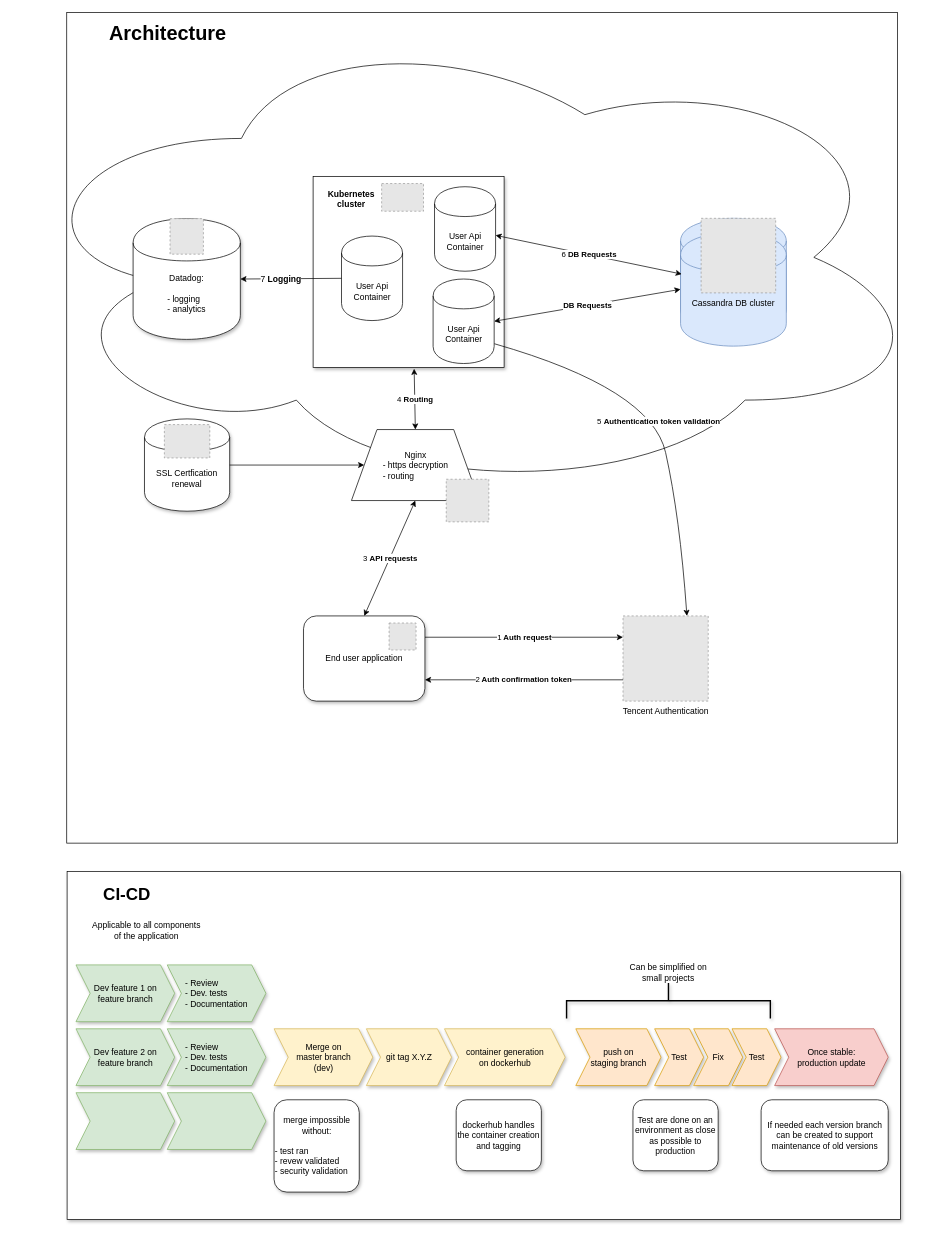
Earlier version of the draw.io diagram ressources/Wiredcraft backend test architecture.drawio (Wiredcraft/test-backend). Source tidied: cells renumbered, new cells numbered last; positions are measured from the earlier drawing's top-left corner, leaving out a move shared by most shapes. Both pictures are drawn from the tidied source at 71%, with x=0, y=0 at pixel (12, 12). Pictures stored in the file or linked from it are replaced by grey dashed boxes.
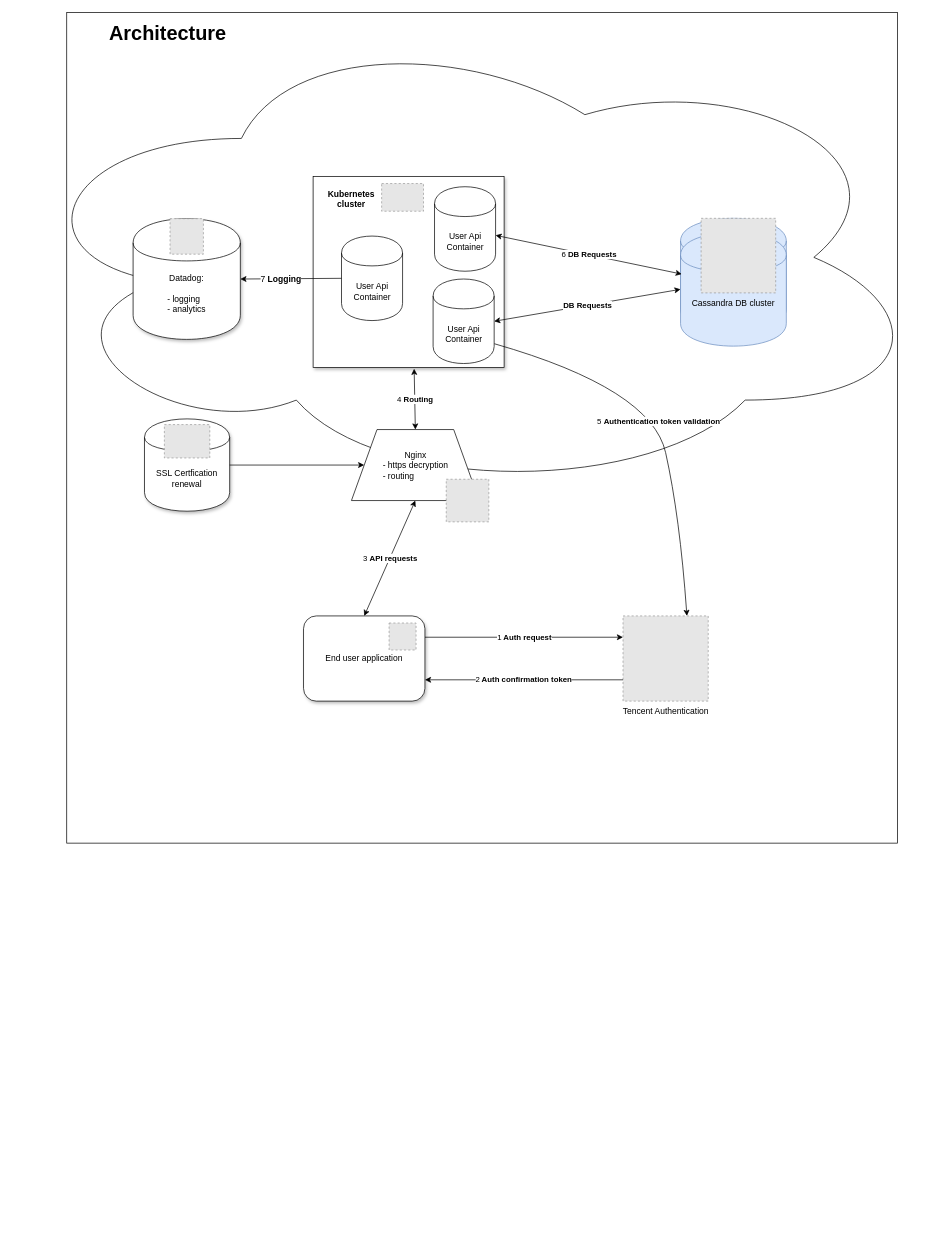
The same page after the edit.

Commit message (it also covers changes not shown here):
Adding CI-CD as a split diagram

The edit, as a diff of the source:
```diff
@@
-    <mxCell id="2" style="rounded=0;whiteSpace=wrap;html=1;shadow=1;" parent="1" vertex="1">
-      <mxGeometry x="77" y="1210" width="1174" height="490" as="geometry" />
-    </mxCell>
@@
-    <mxCell id="30" value="&lt;b&gt;&lt;font style=&quot;font-size: 24px&quot;&gt;CI-CD&lt;/font&gt;&lt;/b&gt;" style="text;html=1;strokeColor=none;fillColor=none;align=center;verticalAlign=middle;whiteSpace=wrap;rounded=0;fontSize=28;" parent="1" vertex="1">
-      <mxGeometry x="94" y="1230" width="135" height="20" as="geometry" />
-    </mxCell>
@@
-    <mxCell id="35" value="git tag X.Y.Z" style="shape=step;perimeter=stepPerimeter;whiteSpace=wrap;html=1;fixedSize=1;shadow=1;fillColor=#fff2cc;strokeColor=#d6b656;" parent="1" vertex="1">
-      <mxGeometry x="498.5" y="1431.5" width="120" height="80" as="geometry" />
-    </mxCell>
-    <mxCell id="36" value="container generation&lt;br&gt;on dockerhub" style="shape=step;perimeter=stepPerimeter;whiteSpace=wrap;html=1;fixedSize=1;shadow=1;fillColor=#fff2cc;strokeColor=#d6b656;" parent="1" vertex="1">
-      <mxGeometry x="608.5" y="1431.5" width="170" height="80" as="geometry" />
-    </mxCell>
-    <mxCell id="37" value="&lt;div&gt;Merge on&lt;/div&gt;&lt;div&gt;master branch&lt;/div&gt;&lt;div&gt;(dev)&lt;/div&gt;" style="shape=step;perimeter=stepPerimeter;whiteSpace=wrap;html=1;fixedSize=1;shadow=1;fillColor=#fff2cc;strokeColor=#d6b656;" parent="1" vertex="1">
-      <mxGeometry x="368.5" y="1431.5" width="139" height="80" as="geometry" />
-    </mxCell>
-    <mxCell id="38" value="&lt;div&gt;push on&lt;/div&gt;&lt;div&gt;staging branch&lt;/div&gt;" style="shape=step;perimeter=stepPerimeter;whiteSpace=wrap;html=1;fixedSize=1;shadow=1;fillColor=#ffe6cc;strokeColor=#d79b00;" parent="1" vertex="1">
-      <mxGeometry x="793.5" y="1431.5" width="120" height="80" as="geometry" />
-    </mxCell>
-    <mxCell id="39" value="Once stable:&lt;br&gt; production update" style="shape=step;perimeter=stepPerimeter;whiteSpace=wrap;html=1;fixedSize=1;shadow=1;fillColor=#f8cecc;strokeColor=#b85450;" parent="1" vertex="1">
-      <mxGeometry x="1073.5" y="1431.5" width="160" height="80" as="geometry" />
-    </mxCell>
-    <mxCell id="40" value="Test" style="shape=step;perimeter=stepPerimeter;whiteSpace=wrap;html=1;fixedSize=1;shadow=1;fillColor=#ffe6cc;strokeColor=#d79b00;" parent="1" vertex="1">
-      <mxGeometry x="904.5" y="1431.5" width="69" height="80" as="geometry" />
-    </mxCell>
-    <mxCell id="41" value="Fix" style="shape=step;perimeter=stepPerimeter;whiteSpace=wrap;html=1;fixedSize=1;shadow=1;fillColor=#ffe6cc;strokeColor=#d79b00;" parent="1" vertex="1">
-      <mxGeometry x="959.5" y="1431.5" width="69" height="80" as="geometry" />
-    </mxCell>
-    <mxCell id="42" value="Test" style="shape=step;perimeter=stepPerimeter;whiteSpace=wrap;html=1;fixedSize=1;shadow=1;fillColor=#ffe6cc;strokeColor=#d79b00;" parent="1" vertex="1">
-      <mxGeometry x="1013.5" y="1431.5" width="69" height="80" as="geometry" />
-    </mxCell>
-    <mxCell id="43" value="Dev feature 1 on&lt;br&gt;feature branch" style="shape=step;perimeter=stepPerimeter;whiteSpace=wrap;html=1;fixedSize=1;shadow=1;fillColor=#d5e8d4;strokeColor=#82b366;" parent="1" vertex="1">
-      <mxGeometry x="89.5" y="1341.5" width="139" height="80" as="geometry" />
-    </mxCell>
-    <mxCell id="44" value="Dev feature 2 on&lt;br&gt;feature branch" style="shape=step;perimeter=stepPerimeter;whiteSpace=wrap;html=1;fixedSize=1;shadow=1;fillColor=#d5e8d4;strokeColor=#82b366;" parent="1" vertex="1">
-      <mxGeometry x="89.5" y="1431.5" width="139" height="80" as="geometry" />
-    </mxCell>
-    <mxCell id="45" value="&lt;div align=&quot;left&quot;&gt;- Review&lt;br&gt;- Dev. tests&lt;br&gt;- Documentation&lt;/div&gt;" style="shape=step;perimeter=stepPerimeter;whiteSpace=wrap;html=1;fixedSize=1;shadow=1;fillColor=#d5e8d4;strokeColor=#82b366;" parent="1" vertex="1">
-      <mxGeometry x="218" y="1431.5" width="139" height="80" as="geometry" />
-    </mxCell>
-    <mxCell id="46" value="&lt;div align=&quot;left&quot;&gt;- Review&lt;br&gt;- Dev. tests&lt;br&gt;- Documentation&lt;/div&gt;" style="shape=step;perimeter=stepPerimeter;whiteSpace=wrap;html=1;fixedSize=1;shadow=1;fillColor=#d5e8d4;strokeColor=#82b366;" parent="1" vertex="1">
-      <mxGeometry x="218" y="1341.5" width="139" height="80" as="geometry" />
-    </mxCell>
-    <mxCell id="47" style="shape=step;perimeter=stepPerimeter;whiteSpace=wrap;html=1;fixedSize=1;shadow=1;fillColor=#d5e8d4;strokeColor=#82b366;" parent="1" vertex="1">
-      <mxGeometry x="89.5" y="1521.5" width="139" height="80" as="geometry" />
-    </mxCell>
-    <mxCell id="48" style="shape=step;perimeter=stepPerimeter;whiteSpace=wrap;html=1;fixedSize=1;shadow=1;fillColor=#d5e8d4;strokeColor=#82b366;" parent="1" vertex="1">
-      <mxGeometry x="218" y="1521.5" width="139" height="80" as="geometry" />
-    </mxCell>
-    <mxCell id="49" value="If needed each version branch can be created to support maintenance of old versions" style="rounded=1;whiteSpace=wrap;html=1;shadow=1;" parent="1" vertex="1">
-      <mxGeometry x="1054.5" y="1531.5" width="179" height="100" as="geometry" />
-    </mxCell>
-    <mxCell id="50" value="dockerhub handles the container creation and tagging" style="rounded=1;whiteSpace=wrap;html=1;shadow=1;" parent="1" vertex="1">
-      <mxGeometry x="625" y="1531.5" width="120" height="100" as="geometry" />
-    </mxCell>
-    <mxCell id="51" value="Test are done on an environment as close as possible to production" style="rounded=1;whiteSpace=wrap;html=1;shadow=1;" parent="1" vertex="1">
-      <mxGeometry x="874" y="1531.5" width="120" height="100" as="geometry" />
-    </mxCell>
-    <mxCell id="52" value="&lt;div&gt;merge impossible without:&lt;/div&gt;&lt;div&gt;&lt;br&gt;&lt;/div&gt;&lt;div align=&quot;left&quot;&gt;- test ran&lt;br&gt;- revew validated&lt;br&gt;- security validation&lt;br&gt;&lt;/div&gt;" style="rounded=1;whiteSpace=wrap;html=1;shadow=1;" parent="1" vertex="1">
-      <mxGeometry x="368.5" y="1531.5" width="120" height="130" as="geometry" />
-    </mxCell>
-    <mxCell id="53" style="strokeWidth=2;html=1;shape=mxgraph.flowchart.annotation_2;align=left;shadow=1;rotation=90;" parent="1" vertex="1">
-      <mxGeometry x="899" y="1248.5" width="50" height="287" as="geometry" />
-    </mxCell>
-    <mxCell id="54" value="Can be simplified on small projects" style="text;html=1;strokeColor=none;fillColor=none;align=center;verticalAlign=middle;whiteSpace=wrap;rounded=0;shadow=1;" parent="1" vertex="1">
-      <mxGeometry x="864" y="1341.5" width="120" height="20" as="geometry" />
-    </mxCell>
-    <mxCell id="55" value="Applicable to all components of the application" style="text;html=1;strokeColor=none;fillColor=none;align=center;verticalAlign=middle;whiteSpace=wrap;rounded=0;shadow=1;" parent="1" vertex="1">
-      <mxGeometry x="109" y="1270" width="160" height="45" as="geometry" />
-    </mxCell>
```
